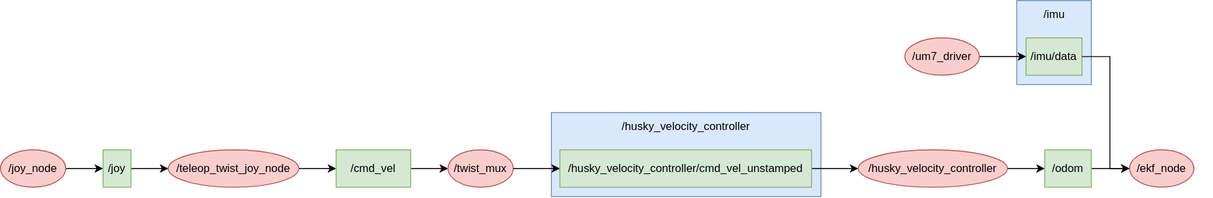
Before: Figures/draw.io/sipleRqtHusky.drawio.svg, a diagram exported from draw.io (didriknr/Master-thesis-Didrik-Robsrud). Source tidied: cells renumbered, new cells last; positions are measured from the earlier drawing's top-left corner, leaving out a move shared by most shapes.
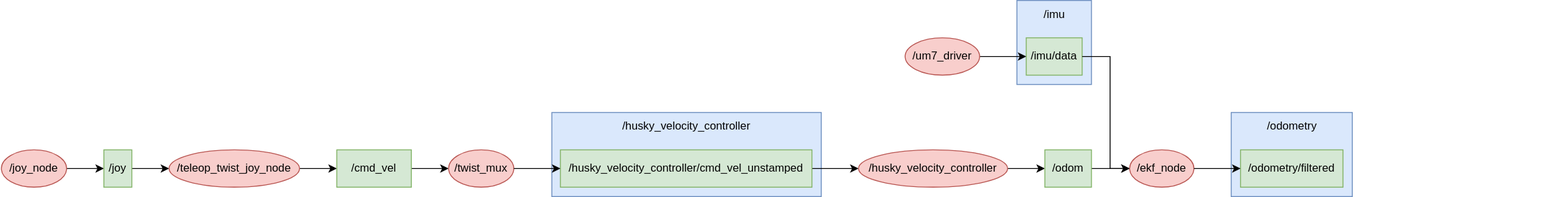
After the change.

Change to the diagram source:
```diff
@@ -54,7 +54,7 @@
       <mxGeometry x="1120" y="160" width="50" height="40" as="geometry" />
     </mxCell>
     <mxCell id="19" style="group;" parent="1" vertex="1">
-      <mxGeometry x="940" y="30" width="360" height="90" as="geometry" />
+      <mxGeometry x="940" y="30" width="520" height="90" as="geometry" />
     </mxCell>
     <mxCell id="20" style="rounded=0;whiteSpace=wrap;html=1;fillColor=#dae8fc;strokeColor=#6c8ebf;align=center;" parent="19" vertex="1">
       <mxGeometry x="150" y="-30" width="80" height="90" as="geometry" />
@@ -85,5 +85,20 @@
     <mxCell id="27" style="edgeStyle=orthogonalEdgeStyle;rounded=0;jettySize=auto;html=1;" parent="1" edge="1" source="10" target="14">
       <mxGeometry relative="1" as="geometry" />
     </mxCell>
+    <mxCell id="28" style="group;" parent="1" vertex="1">
+      <mxGeometry x="1320" y="120" width="360" height="90" as="geometry" />
+    </mxCell>
+    <mxCell id="29" style="rounded=0;whiteSpace=wrap;html=1;fillColor=#dae8fc;strokeColor=#6c8ebf;align=center;" parent="28" vertex="1">
+      <mxGeometry width="130" height="90" as="geometry" />
+    </mxCell>
+    <mxCell id="30" value="/odometry" style="text;html=1;align=center;verticalAlign=middle;strokeColor=none;fillColor=none;" parent="28" vertex="1">
+      <mxGeometry x="25" width="80" height="30" as="geometry" />
+    </mxCell>
+    <mxCell id="31" value="/odometry/filtered" style="rounded=0;whiteSpace=wrap;html=1;fillColor=#d5e8d4;strokeColor=#82b366;" parent="28" vertex="1">
+      <mxGeometry x="10" y="40" width="110" height="40" as="geometry" />
+    </mxCell>
+    <mxCell id="32" style="edgeStyle=orthogonalEdgeStyle;rounded=0;jettySize=auto;html=1;" parent="1" edge="1" source="25" target="31">
+      <mxGeometry relative="1" as="geometry" />
+    </mxCell>
   </root>
 </mxGraphModel>
```
